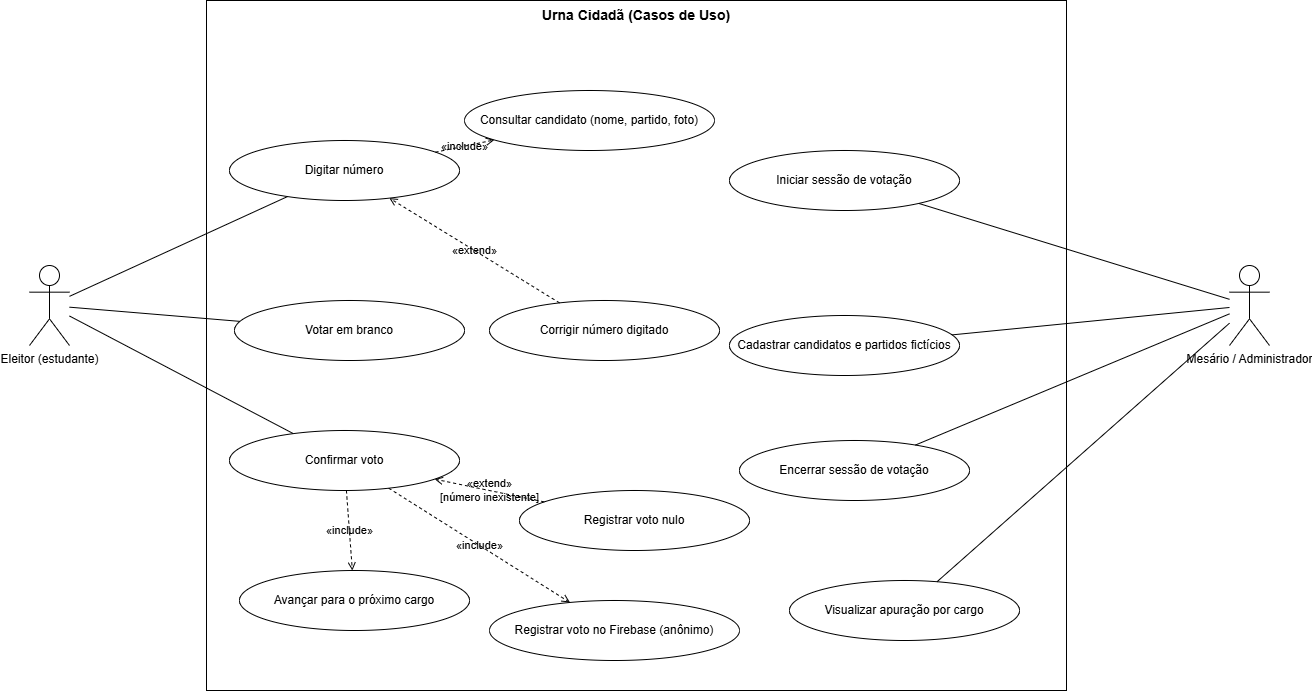
garcesdev/Urna-cidada keeps this draw.io diagram as docs/Urna cidada casos de uso.drawio.png. Above is the earlier version. Source tidied: cells renumbered, new cells last; positions are measured from the earlier drawing's top-left corner, leaving out a move shared by most shapes.
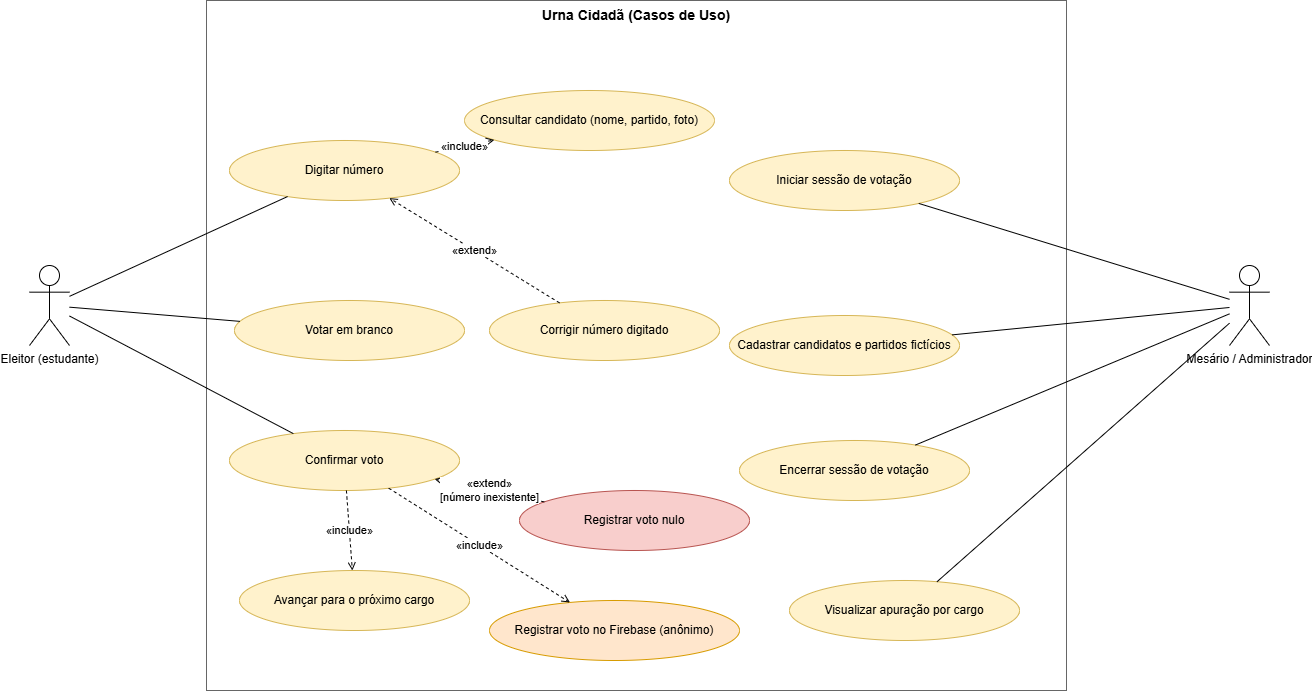
After the change.

Diff of the diagram source:
```diff
@@ -2,85 +2,85 @@
   <root>
     <mxCell id="0" />
     <mxCell id="1" parent="0" />
-    <mxCell id="2" value="Urna Cidadã (Casos de Uso)" style="rounded=0;whiteSpace=wrap;html=1;verticalAlign=top;fontStyle=1;fontSize=14;fillColor=none;labelBackgroundColor=none;" parent="1" vertex="1">
+    <mxCell id="2" value="Urna Cidadã (Casos de Uso)" style="rounded=0;whiteSpace=wrap;html=1;verticalAlign=top;fontStyle=1;fontSize=14;fontColor=#000000;fillColor=none;strokeColor=#666666;" parent="1" vertex="1">
       <mxGeometry x="177" width="860" height="690" as="geometry" />
     </mxCell>
-    <mxCell id="3" value="Eleitor (estudante)" style="shape=umlActor;verticalLabelPosition=bottom;verticalAlign=top;outlineConnect=0;html=1;fontSize=12;rounded=0;labelBackgroundColor=none;" parent="1" vertex="1">
+    <mxCell id="3" value="Eleitor (estudante)" style="shape=umlActor;verticalLabelPosition=bottom;verticalAlign=top;outlineConnect=0;html=1;fontSize=12;fontColor=#000000;strokeColor=#000000;fillColor=#FFFFFF;rounded=0;" parent="1" vertex="1">
       <mxGeometry y="265" width="40" height="80" as="geometry" />
     </mxCell>
-    <mxCell id="4" value="Mesário / Administrador" style="shape=umlActor;verticalLabelPosition=bottom;verticalAlign=top;outlineConnect=0;html=1;fontSize=12;rounded=0;labelBackgroundColor=none;" parent="1" vertex="1">
+    <mxCell id="4" value="Mesário / Administrador" style="shape=umlActor;verticalLabelPosition=bottom;verticalAlign=top;outlineConnect=0;html=1;fontSize=12;fontColor=#000000;strokeColor=#000000;fillColor=#FFFFFF;rounded=0;" parent="1" vertex="1">
       <mxGeometry x="1200" y="265" width="40" height="80" as="geometry" />
     </mxCell>
-    <mxCell id="5" value="Digitar número" style="ellipse;html=1;whiteSpace=wrap;fontSize=12;rounded=0;labelBackgroundColor=none;" parent="1" vertex="1">
+    <mxCell id="5" value="Digitar número" style="ellipse;html=1;whiteSpace=wrap;fontSize=12;fontColor=#000000;fillColor=#FFF2CC;strokeColor=#D6B656;rounded=0;" parent="1" vertex="1">
       <mxGeometry x="200" y="140" width="230" height="60" as="geometry" />
     </mxCell>
-    <mxCell id="6" value="Votar em branco" style="ellipse;html=1;whiteSpace=wrap;fontSize=12;rounded=0;labelBackgroundColor=none;" parent="1" vertex="1">
+    <mxCell id="6" value="Votar em branco" style="ellipse;html=1;whiteSpace=wrap;fontSize=12;fontColor=#000000;fillColor=#FFF2CC;strokeColor=#D6B656;rounded=0;" parent="1" vertex="1">
       <mxGeometry x="205" y="300" width="230" height="60" as="geometry" />
     </mxCell>
-    <mxCell id="7" value="Confirmar voto" style="ellipse;html=1;whiteSpace=wrap;fontSize=12;rounded=0;labelBackgroundColor=none;" parent="1" vertex="1">
+    <mxCell id="7" value="Confirmar voto" style="ellipse;html=1;whiteSpace=wrap;fontSize=12;fontColor=#000000;fillColor=#FFF2CC;strokeColor=#D6B656;rounded=0;" parent="1" vertex="1">
       <mxGeometry x="200" y="430" width="230" height="60" as="geometry" />
     </mxCell>
-    <mxCell id="8" value="Avançar para o próximo cargo" style="ellipse;html=1;whiteSpace=wrap;fontSize=12;rounded=0;labelBackgroundColor=none;" parent="1" vertex="1">
+    <mxCell id="8" value="Avançar para o próximo cargo" style="ellipse;html=1;whiteSpace=wrap;fontSize=12;fontColor=#000000;fillColor=#FFF2CC;strokeColor=#D6B656;rounded=0;" parent="1" vertex="1">
       <mxGeometry x="210" y="570" width="230" height="60" as="geometry" />
     </mxCell>
-    <mxCell id="9" value="Consultar candidato (nome, partido, foto)" style="ellipse;html=1;whiteSpace=wrap;fontSize=12;rounded=0;labelBackgroundColor=none;" parent="1" vertex="1">
+    <mxCell id="9" value="Consultar candidato (nome, partido, foto)" style="ellipse;html=1;whiteSpace=wrap;fontSize=12;fontColor=#000000;fillColor=#FFF2CC;strokeColor=#D6B656;rounded=0;" parent="1" vertex="1">
       <mxGeometry x="435" y="90" width="250" height="60" as="geometry" />
     </mxCell>
-    <mxCell id="10" value="Corrigir número digitado" style="ellipse;html=1;whiteSpace=wrap;fontSize=12;rounded=0;labelBackgroundColor=none;" parent="1" vertex="1">
+    <mxCell id="10" value="Corrigir número digitado" style="ellipse;html=1;whiteSpace=wrap;fontSize=12;fontColor=#000000;fillColor=#FFF2CC;strokeColor=#D6B656;rounded=0;" parent="1" vertex="1">
       <mxGeometry x="460" y="300" width="230" height="60" as="geometry" />
     </mxCell>
-    <mxCell id="11" value="Registrar voto nulo" style="ellipse;html=1;whiteSpace=wrap;fontSize=12;rounded=0;labelBackgroundColor=none;" parent="1" vertex="1">
+    <mxCell id="11" value="Registrar voto nulo" style="ellipse;html=1;whiteSpace=wrap;fontSize=12;fontColor=#000000;fillColor=#F8CECC;strokeColor=#B85450;rounded=0;" parent="1" vertex="1">
       <mxGeometry x="490" y="490" width="230" height="60" as="geometry" />
     </mxCell>
-    <mxCell id="12" value="Registrar voto no Firebase (anônimo)" style="ellipse;html=1;whiteSpace=wrap;fontSize=12;rounded=0;labelBackgroundColor=none;" parent="1" vertex="1">
+    <mxCell id="12" value="Registrar voto no Firebase (anônimo)" style="ellipse;html=1;whiteSpace=wrap;fontSize=12;fontColor=#000000;fillColor=#FFE6CC;strokeColor=#D79B00;rounded=0;" parent="1" vertex="1">
       <mxGeometry x="460" y="600" width="250" height="60" as="geometry" />
     </mxCell>
-    <mxCell id="13" value="Iniciar sessão de votação" style="ellipse;html=1;whiteSpace=wrap;fontSize=12;rounded=0;labelBackgroundColor=none;" parent="1" vertex="1">
+    <mxCell id="13" value="Iniciar sessão de votação" style="ellipse;html=1;whiteSpace=wrap;fontSize=12;fontColor=#000000;fillColor=#FFF2CC;strokeColor=#D6B656;rounded=0;" parent="1" vertex="1">
       <mxGeometry x="700" y="150" width="230" height="60" as="geometry" />
     </mxCell>
-    <mxCell id="14" value="Cadastrar candidatos e partidos fictícios" style="ellipse;html=1;whiteSpace=wrap;fontSize=12;rounded=0;labelBackgroundColor=none;" parent="1" vertex="1">
+    <mxCell id="14" value="Cadastrar candidatos e partidos fictícios" style="ellipse;html=1;whiteSpace=wrap;fontSize=12;fontColor=#000000;fillColor=#FFF2CC;strokeColor=#D6B656;rounded=0;" parent="1" vertex="1">
       <mxGeometry x="700" y="315" width="230" height="60" as="geometry" />
     </mxCell>
-    <mxCell id="15" value="Encerrar sessão de votação" style="ellipse;html=1;whiteSpace=wrap;fontSize=12;rounded=0;labelBackgroundColor=none;" parent="1" vertex="1">
+    <mxCell id="15" value="Encerrar sessão de votação" style="ellipse;html=1;whiteSpace=wrap;fontSize=12;fontColor=#000000;fillColor=#FFF2CC;strokeColor=#D6B656;rounded=0;" parent="1" vertex="1">
       <mxGeometry x="710" y="440" width="230" height="60" as="geometry" />
     </mxCell>
-    <mxCell id="16" value="Visualizar apuração por cargo" style="ellipse;html=1;whiteSpace=wrap;fontSize=12;rounded=0;labelBackgroundColor=none;" parent="1" vertex="1">
+    <mxCell id="16" value="Visualizar apuração por cargo" style="ellipse;html=1;whiteSpace=wrap;fontSize=12;fontColor=#000000;fillColor=#FFF2CC;strokeColor=#D6B656;rounded=0;" parent="1" vertex="1">
       <mxGeometry x="760" y="580" width="230" height="60" as="geometry" />
     </mxCell>
-    <mxCell id="17" style="endArrow=none;html=1;rounded=0;labelBackgroundColor=none;fontColor=default;" parent="1" edge="1" source="3" target="5">
+    <mxCell id="17" style="endArrow=none;html=1;rounded=0;strokeColor=#000000;" parent="1" edge="1" source="3" target="5">
       <mxGeometry relative="1" as="geometry" />
     </mxCell>
-    <mxCell id="18" style="endArrow=none;html=1;rounded=0;labelBackgroundColor=none;fontColor=default;" parent="1" edge="1" source="3" target="6">
+    <mxCell id="18" style="endArrow=none;html=1;rounded=0;strokeColor=#000000;" parent="1" edge="1" source="3" target="6">
       <mxGeometry relative="1" as="geometry" />
     </mxCell>
-    <mxCell id="19" style="endArrow=none;html=1;rounded=0;labelBackgroundColor=none;fontColor=default;" parent="1" edge="1" source="3" target="7">
+    <mxCell id="19" style="endArrow=none;html=1;rounded=0;strokeColor=#000000;" parent="1" edge="1" source="3" target="7">
       <mxGeometry relative="1" as="geometry" />
     </mxCell>
-    <mxCell id="20" style="endArrow=none;html=1;rounded=0;labelBackgroundColor=none;fontColor=default;" parent="1" edge="1" source="4" target="13">
+    <mxCell id="20" style="endArrow=none;html=1;rounded=0;strokeColor=#000000;" parent="1" edge="1" source="4" target="13">
       <mxGeometry relative="1" as="geometry" />
     </mxCell>
-    <mxCell id="21" style="endArrow=none;html=1;rounded=0;labelBackgroundColor=none;fontColor=default;" parent="1" edge="1" source="4" target="14">
+    <mxCell id="21" style="endArrow=none;html=1;rounded=0;strokeColor=#000000;" parent="1" edge="1" source="4" target="14">
       <mxGeometry relative="1" as="geometry" />
     </mxCell>
-    <mxCell id="22" style="endArrow=none;html=1;rounded=0;labelBackgroundColor=none;fontColor=default;" parent="1" edge="1" source="4" target="15">
+    <mxCell id="22" style="endArrow=none;html=1;rounded=0;strokeColor=#000000;" parent="1" edge="1" source="4" target="15">
       <mxGeometry relative="1" as="geometry" />
     </mxCell>
-    <mxCell id="23" style="endArrow=none;html=1;rounded=0;labelBackgroundColor=none;fontColor=default;" parent="1" edge="1" source="4" target="16">
+    <mxCell id="23" style="endArrow=none;html=1;rounded=0;strokeColor=#000000;" parent="1" edge="1" source="4" target="16">
       <mxGeometry relative="1" as="geometry" />
     </mxCell>
-    <mxCell id="24" value="«include»" style="endArrow=open;endFill=0;dashed=1;html=1;rounded=0;fontColor=default;fontSize=11;labelBackgroundColor=none;" parent="1" edge="1" source="5" target="9">
+    <mxCell id="24" value="«include»" style="endArrow=open;endFill=0;dashed=1;html=1;rounded=0;strokeColor=#000000;fontColor=#000000;fontSize=11;labelBackgroundColor=#FFFFFF;" parent="1" edge="1" source="5" target="9">
       <mxGeometry relative="1" as="geometry" />
     </mxCell>
-    <mxCell id="25" value="«include»" style="endArrow=open;endFill=0;dashed=1;html=1;rounded=0;fontColor=default;fontSize=11;labelBackgroundColor=none;" parent="1" edge="1" source="7" target="8">
+    <mxCell id="25" value="«include»" style="endArrow=open;endFill=0;dashed=1;html=1;rounded=0;strokeColor=#000000;fontColor=#000000;fontSize=11;labelBackgroundColor=#FFFFFF;" parent="1" edge="1" source="7" target="8">
       <mxGeometry relative="1" as="geometry" />
     </mxCell>
-    <mxCell id="26" value="«include»" style="endArrow=open;endFill=0;dashed=1;html=1;rounded=0;fontColor=default;fontSize=11;labelBackgroundColor=none;" parent="1" edge="1" source="7" target="12">
+    <mxCell id="26" value="«include»" style="endArrow=open;endFill=0;dashed=1;html=1;rounded=0;strokeColor=#000000;fontColor=#000000;fontSize=11;labelBackgroundColor=#FFFFFF;" parent="1" edge="1" source="7" target="12">
       <mxGeometry relative="1" as="geometry" />
     </mxCell>
-    <mxCell id="27" value="«extend»" style="endArrow=open;endFill=0;dashed=1;html=1;rounded=0;fontColor=default;fontSize=11;labelBackgroundColor=none;" parent="1" edge="1" source="10" target="5">
+    <mxCell id="27" value="«extend»" style="endArrow=open;endFill=0;dashed=1;html=1;rounded=0;strokeColor=#000000;fontColor=#000000;fontSize=11;labelBackgroundColor=#FFFFFF;" parent="1" edge="1" source="10" target="5">
       <mxGeometry relative="1" as="geometry" />
     </mxCell>
-    <mxCell id="28" value="«extend»&#10;[número inexistente]" style="endArrow=open;endFill=0;dashed=1;html=1;rounded=0;fontColor=default;fontSize=11;labelBackgroundColor=none;" parent="1" edge="1" source="11" target="7">
+    <mxCell id="28" value="«extend»&#10;[número inexistente]" style="endArrow=open;endFill=0;dashed=1;html=1;rounded=0;strokeColor=#000000;fontColor=#000000;fontSize=11;labelBackgroundColor=#FFFFFF;" parent="1" edge="1" source="11" target="7">
       <mxGeometry relative="1" as="geometry" />
     </mxCell>
   </root>
```
